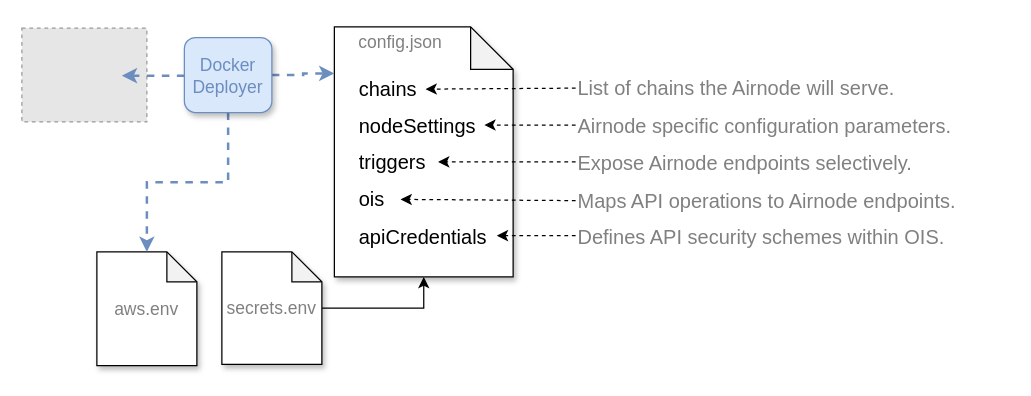
Above: docs/airnode/next/assets/diagrams/config-json.drawio in api3dao/old-api3-docs (draw.io), before the change. Source tidied: cells renumbered, new cells numbered last; positions are measured from the earlier drawing's top-left corner, leaving out a move shared by most shapes. Both pictures are drawn from the tidied source at 125%, with x=0, y=0 at pixel (21, 26). Pictures stored in the file or linked from it are replaced by grey dashed boxes.
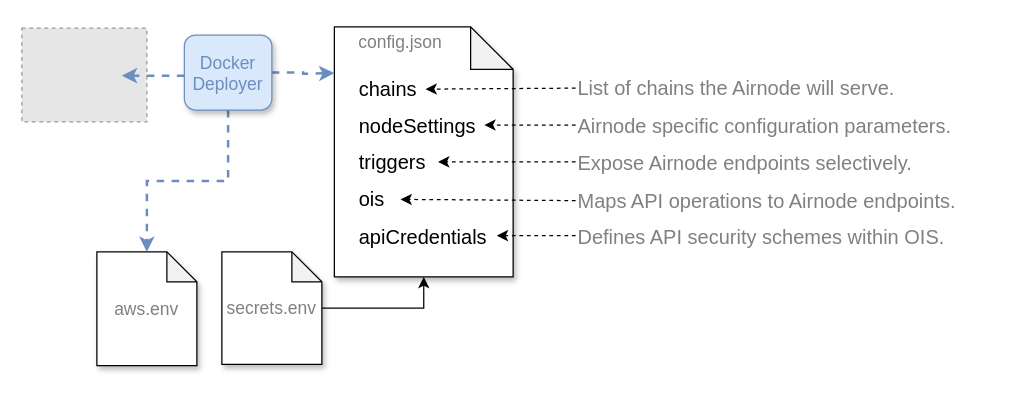
The same page after the edit.

The change refers to these unchanged cells:
```xml
<mxCell id="2" style="shape=note;whiteSpace=wrap;html=1;backgroundOutline=1;darkOpacity=0.05;fontSize=14;size=34;shadow=1;" parent="1" vertex="1">
  <mxGeometry x="250" width="143" height="200" as="geometry" />
</mxCell>
```

Change to the diagram source:
```diff
@@
-    <mxCell id="25" style="edgeStyle=orthogonalEdgeStyle;rounded=0;jettySize=auto;html=1;entryX=0;entryY=0.186;entryDx=0;entryDy=0;entryPerimeter=0;dashed=1;strokeColor=#6C8EBF;strokeWidth=2;fontColor=#6C8EBF;" parent="1" edge="1" source="26" target="2">
-      <mxGeometry relative="1" as="geometry" />
+    <mxCell id="25" style="edgeStyle=orthogonalEdgeStyle;rounded=0;jettySize=auto;html=1;dashed=1;strokeColor=#6C8EBF;strokeWidth=2;fontColor=#6C8EBF;" parent="1" edge="1" source="26">
+      <mxGeometry relative="1" as="geometry">
+        <mxPoint x="250" y="37" as="targetPoint" />
+      </mxGeometry>
     </mxCell>
     <mxCell id="26" value="&lt;font style=&quot;font-size: 14px&quot; color=&quot;#6c8ebf&quot;&gt;Docker&lt;br&gt;Deployer&lt;/font&gt;" style="rounded=1;whiteSpace=wrap;html=1;shadow=1;fillColor=#dae8fc;strokeColor=#6c8ebf;" parent="1" vertex="1">
-      <mxGeometry x="130" y="8.5" width="70" height="60" as="geometry" />
+      <mxGeometry x="130" y="6.5" width="70" height="60" as="geometry" />
     </mxCell>
```
